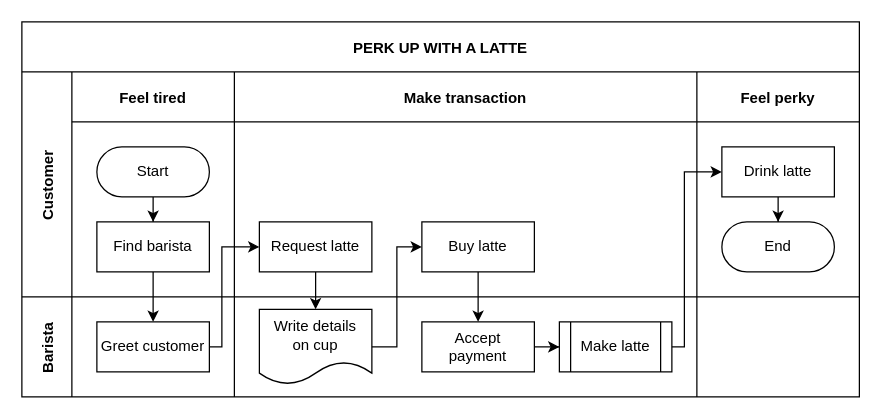
Before: Untitled Diagram.drawio in nilesh-tawari/smartpv_dist, a draw.io diagram. Source tidied: cells renumbered, new cells numbered last; positions are measured from the earlier drawing's top-left corner, leaving out a move shared by most shapes. Both pictures are drawn from the tidied source at 125%, with x=0, y=0 at pixel (21, 21).
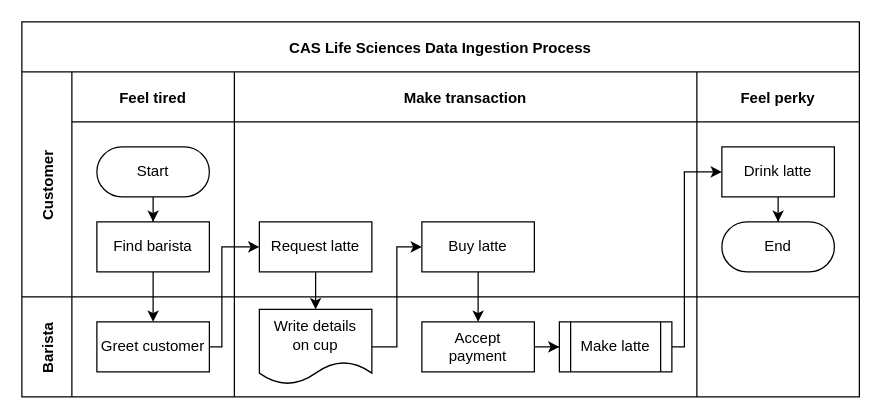
The same page after the edit.

The edit, as a diff of the source:
```diff
@@
-    <mxCell id="2" value="PERK UP WITH A LATTE" style="shape=table;childLayout=tableLayout;startSize=40;fillColor=none;fontStyle=1;" parent="1" vertex="1">
+    <mxCell id="2" value="CAS Life Sciences Data Ingestion Process" style="shape=table;childLayout=tableLayout;startSize=40;fillColor=none;fontStyle=1;" parent="1" vertex="1">
       <mxGeometry width="670" height="300" as="geometry" />
     </mxCell>
```
